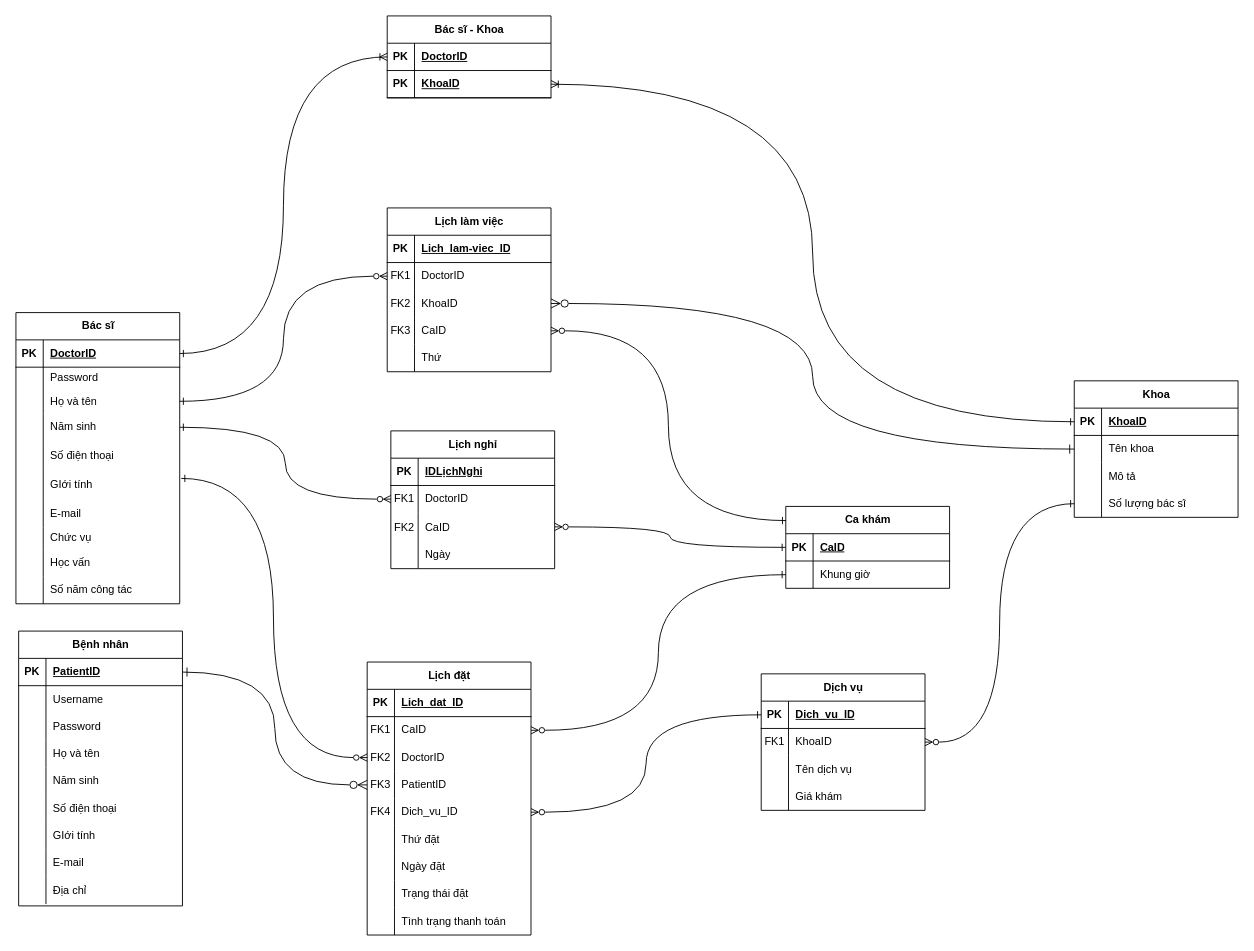
Before: Biểu đồ không có tiêu đề.drawio in ktoan911/Medical_scheduling_Web, a draw.io diagram. Source tidied: cells renumbered, new cells numbered last; positions are measured from the earlier drawing's top-left corner, leaving out a move shared by most shapes. Both pictures are drawn from the tidied source at 91%, with x=0, y=0 at pixel (15, 15).
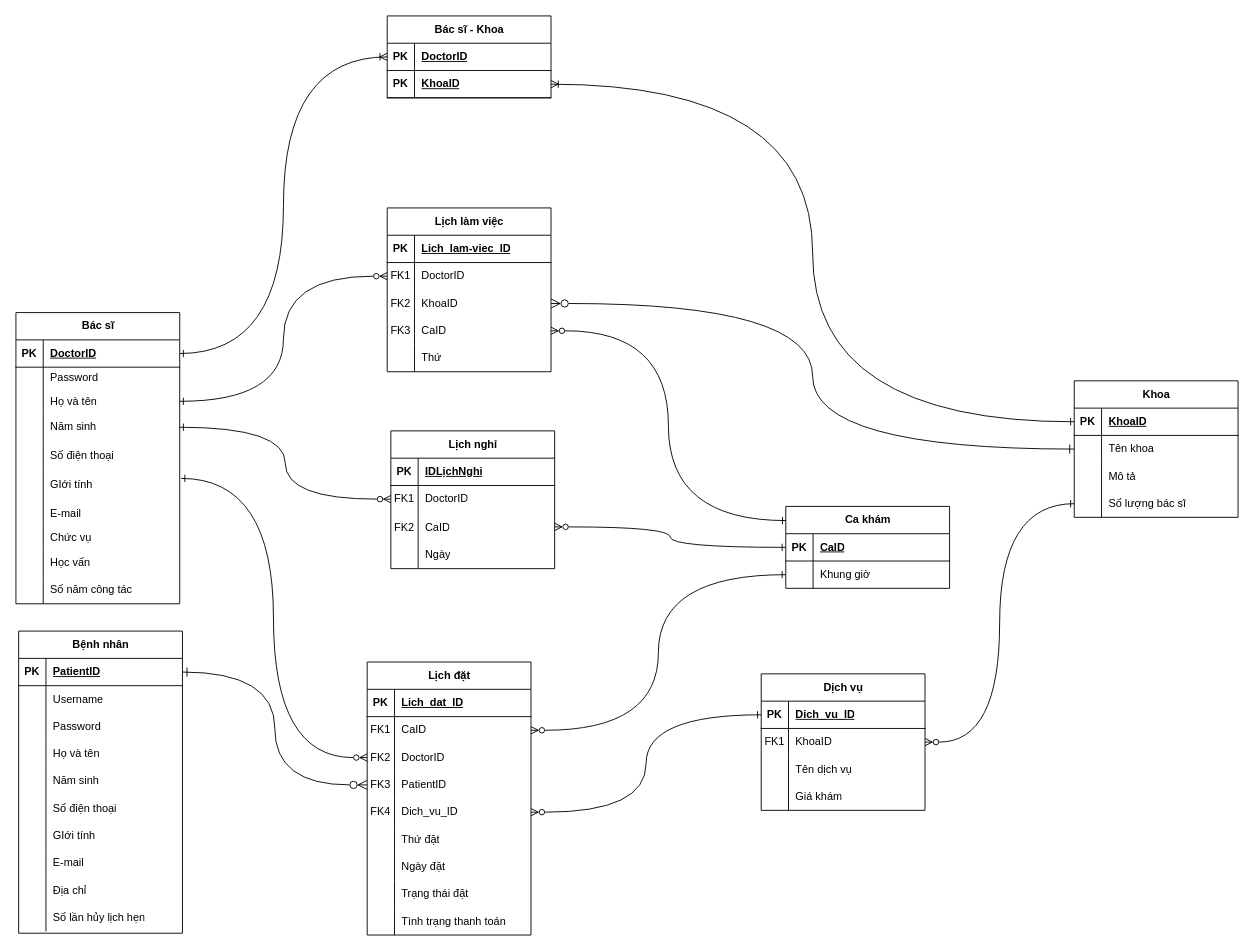
The same diagram, later.

Commit message:
Cập nhật Biểu đồ không có tiêu đề.drawio

What changed in the source:
```diff
@@
     <mxCell id="33" value="Bệnh nhân" style="shape=table;startSize=30;childLayout=tableLayout;rowLines=0;fontStyle=1;align=center;html=1;" parent="1" vertex="1">
-      <mxGeometry x="3" y="676" width="180" height="302" as="geometry" />
+      <mxGeometry x="3" y="676" width="180" height="332" as="geometry" />
     </mxCell>
@@
+    <mxCell id="170" style="shape=tableRow;horizontal=0;startSize=0;swimlaneHead=0;swimlaneBody=0;fillColor=none;top=0;left=0;right=0;bottom=0;" parent="33" vertex="1">
+      <mxGeometry y="300" width="180" height="30" as="geometry" />
+    </mxCell>
+    <mxCell id="171" style="shape=partialRectangle;fillColor=none;top=0;left=0;bottom=0;right=0;overflow=hidden;whiteSpace=wrap;html=1;" parent="170" vertex="1">
+      <mxGeometry width="30" height="30" as="geometry" />
+    </mxCell>
+    <mxCell id="172" value="Số lần hủy lịch hẹn" style="shape=partialRectangle;fillColor=none;top=0;left=0;bottom=0;right=0;align=left;spacingLeft=6;overflow=hidden;whiteSpace=wrap;html=1;" parent="170" vertex="1">
+      <mxGeometry x="30" width="150" height="30" as="geometry" />
+    </mxCell>
```
